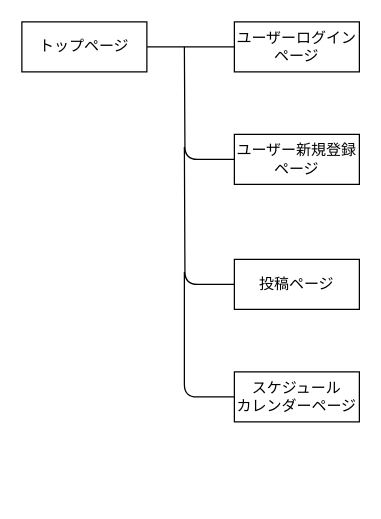
Before: bus-schedule-st.dio in HirokoNagaya/bus-schedule-37808, a draw.io diagram. Source tidied: cells renumbered, new cells numbered last; positions are measured from the earlier drawing's top-left corner, leaving out a move shared by most shapes. Both pictures are drawn from the tidied source at 125%, with x=0, y=0 at pixel (21, 21).
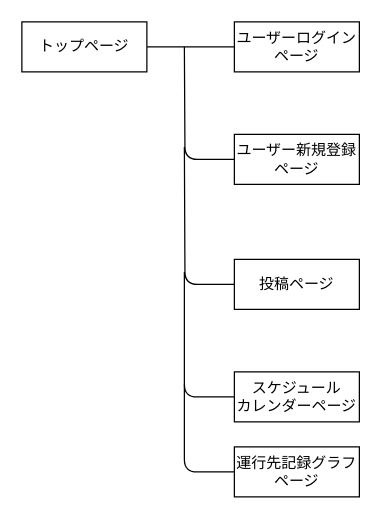
The same page after the edit.

Commit message:
画面遷移図追加

The edit, as a diff of the source:
```diff
@@
 <mxGraphModel>
   <root>
     <mxCell id="0" />
     <mxCell id="1" parent="0" />
     <mxCell id="2" style="edgeStyle=orthogonalEdgeStyle;html=1;entryX=0;entryY=0.5;entryDx=0;entryDy=0;endArrow=none;endFill=0;" parent="1" edge="1" source="3" target="4">
       <mxGeometry relative="1" as="geometry" />
     </mxCell>
     <mxCell id="3" value="トップページ" style="whiteSpace=wrap;html=1;align=center;" parent="1" vertex="1">
       <mxGeometry width="100" height="40" as="geometry" />
     </mxCell>
     <mxCell id="4" value="ユーザーログインページ" style="whiteSpace=wrap;html=1;align=center;" parent="1" vertex="1">
       <mxGeometry x="170" width="100" height="40" as="geometry" />
     </mxCell>
     <mxCell id="5" style="edgeStyle=orthogonalEdgeStyle;html=1;endArrow=none;endFill=0;" parent="1" edge="1" source="6">
       <mxGeometry relative="1" as="geometry">
         <mxPoint x="130" y="20" as="targetPoint" />
       </mxGeometry>
     </mxCell>
     <mxCell id="6" value="ユーザー新規登録ページ" style="whiteSpace=wrap;html=1;align=center;" parent="1" vertex="1">
       <mxGeometry x="170" y="90" width="100" height="40" as="geometry" />
     </mxCell>
     <mxCell id="7" style="edgeStyle=orthogonalEdgeStyle;html=1;exitX=0;exitY=0.5;exitDx=0;exitDy=0;endArrow=none;endFill=0;" parent="1" edge="1" source="8">
       <mxGeometry relative="1" as="geometry">
         <mxPoint x="130" y="100" as="targetPoint" />
       </mxGeometry>
     </mxCell>
     <mxCell id="8" value="投稿ページ" style="whiteSpace=wrap;html=1;align=center;" parent="1" vertex="1">
       <mxGeometry x="170" y="190" width="100" height="40" as="geometry" />
     </mxCell>
     <mxCell id="9" style="edgeStyle=none;html=1;endArrow=none;endFill=0;exitX=0;exitY=0.5;exitDx=0;exitDy=0;" parent="1" edge="1" source="10">
       <mxGeometry relative="1" as="geometry">
         <mxPoint x="130" y="200" as="targetPoint" />
         <Array as="points">
           <mxPoint x="130" y="300" />
         </Array>
       </mxGeometry>
     </mxCell>
     <mxCell id="10" value="スケジュール&lt;br&gt;カレンダーページ" style="rounded=0;whiteSpace=wrap;html=1;" parent="1" vertex="1">
       <mxGeometry x="170" y="280" width="100" height="40" as="geometry" />
     </mxCell>
+    <mxCell id="11" style="edgeStyle=none;html=1;startArrow=none;startFill=0;endArrow=none;endFill=0;" parent="1" edge="1" source="12">
+      <mxGeometry relative="1" as="geometry">
+        <mxPoint x="130" y="290" as="targetPoint" />
+        <Array as="points">
+          <mxPoint x="130" y="360" />
+        </Array>
+      </mxGeometry>
+    </mxCell>
+    <mxCell id="12" value="運行先記録グラフ&lt;br&gt;ページ" style="rounded=0;whiteSpace=wrap;html=1;" parent="1" vertex="1">
+      <mxGeometry x="170" y="340" width="100" height="40" as="geometry" />
+    </mxCell>
   </root>
 </mxGraphModel>
```
